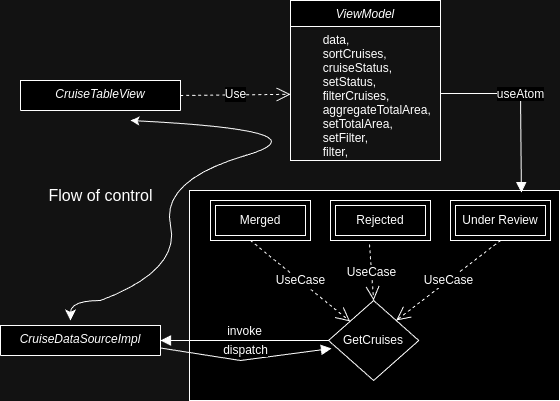
jph6366/tide-pool keeps this draw.io diagram as flowofcontrol.drawio.png. Above is the earlier version. Source tidied: cells renumbered, new cells last; positions are measured from the earlier drawing's top-left corner, leaving out a move shared by most shapes. Its diagram source:
```xml
<mxGraphModel>
  <root>
    <mxCell id="0" />
    <mxCell id="1" parent="0" />
    <mxCell id="2" style="html=1;dashed=0;whiteSpace=wrap;" parent="1" vertex="1">
      <mxGeometry x="189" y="190" width="370" height="210" as="geometry" />
    </mxCell>
    <mxCell id="3" value="CruiseTableView" style="swimlane;fontStyle=2;align=center;verticalAlign=top;horizontal=1;startSize=140;rounded=0;shadow=0;strokeWidth=1;" parent="1" vertex="1">
      <mxGeometry x="20" y="80" width="160" height="30" as="geometry" />
    </mxCell>
    <mxCell id="4" value="ViewModel" style="swimlane;fontStyle=2;align=center;verticalAlign=top;horizontal=1;startSize=26;rounded=0;shadow=0;strokeWidth=1;" parent="1" vertex="1">
      <mxGeometry x="290" width="150" height="160" as="geometry" />
    </mxCell>
    <mxCell id="5" value="        data,&#10;        sortCruises,&#10;        cruiseStatus,&#10;        setStatus,&#10;        filterCruises,&#10;        aggregateTotalArea,&#10;        setTotalArea,&#10;        setFilter,&#10;        filter,&#10;        " style="text;align=left;verticalAlign=top;spacingLeft=4;spacingRight=4;overflow=hidden;points=[[0,0.5],[1,0.5]];portConstraint=eastwest;" parent="4" vertex="1">
      <mxGeometry y="26" width="150" height="134" as="geometry" />
    </mxCell>
    <mxCell id="6" value="Use" style="endArrow=open;endSize=12;dashed=1;html=1;rounded=0;fontSize=12;curved=1;exitX=1;exitY=0.5;exitDx=0;exitDy=0;" parent="1" edge="1" source="3" target="5">
      <mxGeometry relative="1" as="geometry" />
    </mxCell>
    <mxCell id="7" value="GetCruises" style="shape=rhombus;html=1;dashed=0;whiteSpace=wrap;perimeter=rhombusPerimeter;" parent="1" vertex="1">
      <mxGeometry x="328" y="300" width="90.2" height="80" as="geometry" />
    </mxCell>
    <mxCell id="8" value="Merged" style="shape=ext;margin=3;double=1;whiteSpace=wrap;html=1;align=center;" parent="1" vertex="1">
      <mxGeometry x="210" y="200" width="100" height="40" as="geometry" />
    </mxCell>
    <mxCell id="9" value="Rejected" style="shape=ext;margin=3;double=1;whiteSpace=wrap;html=1;align=center;" parent="1" vertex="1">
      <mxGeometry x="330" y="200" width="100" height="40" as="geometry" />
    </mxCell>
    <mxCell id="10" value="Under Review" style="shape=ext;margin=3;double=1;whiteSpace=wrap;html=1;align=center;" parent="1" vertex="1">
      <mxGeometry x="450" y="200" width="100" height="40" as="geometry" />
    </mxCell>
    <mxCell id="11" value="useAtom" style="html=1;verticalAlign=bottom;endArrow=block;curved=0;rounded=0;fontSize=12;startSize=8;endSize=8;exitX=1;exitY=0.5;exitDx=0;exitDy=0;entryX=0.897;entryY=0.01;entryDx=0;entryDy=0;entryPerimeter=0;" parent="1" edge="1" source="5" target="2">
      <mxGeometry relative="1" as="geometry">
        <Array as="points">
          <mxPoint x="520" y="93" />
        </Array>
      </mxGeometry>
    </mxCell>
    <mxCell id="12" value="CruiseDataSourceImpl" style="swimlane;fontStyle=2;align=center;verticalAlign=top;horizontal=1;startSize=140;rounded=0;shadow=0;strokeWidth=1;" parent="1" vertex="1">
      <mxGeometry y="325" width="160" height="30" as="geometry" />
    </mxCell>
    <mxCell id="13" value="UseCase" style="endArrow=open;endSize=12;dashed=1;html=1;rounded=0;fontSize=12;curved=1;" parent="1" edge="1" target="7">
      <mxGeometry relative="1" as="geometry">
        <mxPoint x="250" y="240" as="sourcePoint" />
      </mxGeometry>
    </mxCell>
    <mxCell id="14" value="UseCase" style="endArrow=open;endSize=12;dashed=1;html=1;rounded=0;fontSize=12;curved=1;exitX=0.39;exitY=1.1;exitDx=0;exitDy=0;exitPerimeter=0;entryX=0.5;entryY=0;entryDx=0;entryDy=0;" parent="1" edge="1" source="9" target="7">
      <mxGeometry relative="1" as="geometry" />
    </mxCell>
    <mxCell id="15" value="UseCase" style="endArrow=open;endSize=12;dashed=1;html=1;rounded=0;fontSize=12;curved=1;exitX=0.5;exitY=1;exitDx=0;exitDy=0;entryX=1;entryY=0;entryDx=0;entryDy=0;" parent="1" edge="1" source="10" target="7">
      <mxGeometry relative="1" as="geometry" />
    </mxCell>
    <mxCell id="16" value="invoke" style="html=1;verticalAlign=bottom;endArrow=block;curved=0;rounded=0;fontSize=12;startSize=8;endSize=8;entryX=1;entryY=0.5;entryDx=0;entryDy=0;exitX=0;exitY=0.5;exitDx=0;exitDy=0;" parent="1" edge="1" source="7" target="12">
      <mxGeometry relative="1" as="geometry" />
    </mxCell>
    <mxCell id="17" value="dispatch" style="html=1;verticalAlign=bottom;endArrow=block;curved=0;rounded=0;fontSize=12;startSize=8;endSize=8;entryX=0.033;entryY=0.6;entryDx=0;entryDy=0;exitX=1;exitY=0.75;exitDx=0;exitDy=0;entryPerimeter=0;" parent="1" edge="1" source="12" target="7">
      <mxGeometry relative="1" as="geometry">
        <Array as="points">
          <mxPoint x="240" y="360" />
        </Array>
      </mxGeometry>
    </mxCell>
    <mxCell id="18" style="curved=1;endArrow=classic;html=1;rounded=0;fontSize=12;color=blue;" parent="1" edge="1">
      <mxGeometry relative="1" as="geometry">
        <mxPoint x="100" y="300" as="sourcePoint" />
        <mxPoint x="130" y="120" as="targetPoint" />
        <Array as="points">
          <mxPoint x="180" y="270" />
          <mxPoint x="160" y="180" />
          <mxPoint x="330" y="130" />
        </Array>
      </mxGeometry>
    </mxCell>
    <mxCell id="19" style="endArrow=classic;html=1;rounded=0;fontSize=12;startSize=8;endSize=8;curved=1;" parent="1" edge="1">
      <mxGeometry relative="1" as="geometry">
        <mxPoint x="100" y="300" as="sourcePoint" />
        <mxPoint x="70" y="320" as="targetPoint" />
        <Array as="points">
          <mxPoint x="70" y="300" />
        </Array>
      </mxGeometry>
    </mxCell>
    <mxCell id="20" value="Flow of control&lt;div&gt;&lt;br&gt;&lt;/div&gt;" style="text;html=1;align=center;verticalAlign=middle;strokeColor=none;fillColor=none;fontSize=16;" parent="1" vertex="1">
      <mxGeometry x="35" y="180" width="130" height="50" as="geometry" />
    </mxCell>
  </root>
</mxGraphModel>
```
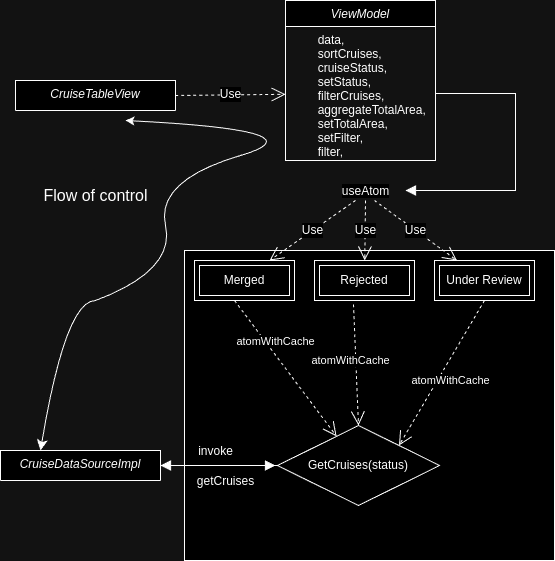
After the commit.

What changed in the source:
```diff
@@ -3,7 +3,7 @@
     <mxCell id="0" />
     <mxCell id="1" parent="0" />
     <mxCell id="2" style="html=1;dashed=0;whiteSpace=wrap;" parent="1" vertex="1">
-      <mxGeometry x="189" y="190" width="370" height="210" as="geometry" />
+      <mxGeometry x="189" y="250" width="370" height="310" as="geometry" />
     </mxCell>
     <mxCell id="3" value="CruiseTableView" style="swimlane;fontStyle=2;align=center;verticalAlign=top;horizontal=1;startSize=140;rounded=0;shadow=0;strokeWidth=1;" parent="1" vertex="1">
       <mxGeometry x="20" y="80" width="160" height="30" as="geometry" />
@@ -17,47 +17,63 @@
     <mxCell id="6" value="Use" style="endArrow=open;endSize=12;dashed=1;html=1;rounded=0;fontSize=12;curved=1;exitX=1;exitY=0.5;exitDx=0;exitDy=0;" parent="1" edge="1" source="3" target="5">
       <mxGeometry relative="1" as="geometry" />
     </mxCell>
-    <mxCell id="7" value="GetCruises" style="shape=rhombus;html=1;dashed=0;whiteSpace=wrap;perimeter=rhombusPerimeter;" parent="1" vertex="1">
-      <mxGeometry x="328" y="300" width="90.2" height="80" as="geometry" />
+    <mxCell id="7" value="GetCruises(status)" style="shape=rhombus;html=1;dashed=0;whiteSpace=wrap;perimeter=rhombusPerimeter;" parent="1" vertex="1">
+      <mxGeometry x="282" y="425" width="162" height="80" as="geometry" />
     </mxCell>
     <mxCell id="8" value="Merged" style="shape=ext;margin=3;double=1;whiteSpace=wrap;html=1;align=center;" parent="1" vertex="1">
-      <mxGeometry x="210" y="200" width="100" height="40" as="geometry" />
+      <mxGeometry x="199" y="260" width="100" height="40" as="geometry" />
     </mxCell>
     <mxCell id="9" value="Rejected" style="shape=ext;margin=3;double=1;whiteSpace=wrap;html=1;align=center;" parent="1" vertex="1">
-      <mxGeometry x="330" y="200" width="100" height="40" as="geometry" />
+      <mxGeometry x="319" y="260" width="100" height="40" as="geometry" />
     </mxCell>
     <mxCell id="10" value="Under Review" style="shape=ext;margin=3;double=1;whiteSpace=wrap;html=1;align=center;" parent="1" vertex="1">
-      <mxGeometry x="450" y="200" width="100" height="40" as="geometry" />
+      <mxGeometry x="439" y="260" width="100" height="40" as="geometry" />
     </mxCell>
-    <mxCell id="11" value="useAtom" style="html=1;verticalAlign=bottom;endArrow=block;curved=0;rounded=0;fontSize=12;startSize=8;endSize=8;exitX=1;exitY=0.5;exitDx=0;exitDy=0;entryX=0.897;entryY=0.01;entryDx=0;entryDy=0;entryPerimeter=0;" parent="1" edge="1" source="5" target="2">
-      <mxGeometry relative="1" as="geometry">
+    <mxCell id="11" value="useAtom" style="html=1;verticalAlign=bottom;endArrow=block;curved=0;rounded=0;fontSize=12;startSize=8;endSize=8;exitX=1;exitY=0.5;exitDx=0;exitDy=0;" parent="1" edge="1" source="5">
+      <mxGeometry x="1" y="41" relative="1" as="geometry">
+        <mxPoint x="410" y="190" as="targetPoint" />
         <Array as="points">
           <mxPoint x="520" y="93" />
+          <mxPoint x="520" y="190" />
         </Array>
+        <mxPoint x="-40" y="-31" as="offset" />
       </mxGeometry>
     </mxCell>
     <mxCell id="12" value="CruiseDataSourceImpl" style="swimlane;fontStyle=2;align=center;verticalAlign=top;horizontal=1;startSize=140;rounded=0;shadow=0;strokeWidth=1;" parent="1" vertex="1">
-      <mxGeometry y="325" width="160" height="30" as="geometry" />
+      <mxGeometry x="5" y="450" width="160" height="30" as="geometry" />
     </mxCell>
-    <mxCell id="13" value="UseCase" style="endArrow=open;endSize=12;dashed=1;html=1;rounded=0;fontSize=12;curved=1;" parent="1" edge="1" target="7">
+    <mxCell id="13" style="endArrow=open;endSize=12;dashed=1;html=1;rounded=0;fontSize=12;curved=1;" parent="1" edge="1" target="7">
       <mxGeometry relative="1" as="geometry">
-        <mxPoint x="250" y="240" as="sourcePoint" />
+        <mxPoint x="239" y="300" as="sourcePoint" />
       </mxGeometry>
     </mxCell>
+    <mxCell id="21" value="atomWithCache" style="edgeLabel;html=1;align=center;verticalAlign=middle;" parent="13" vertex="1">
+      <mxGeometry x="-0.25" relative="1" as="geometry">
+        <mxPoint x="2" y="-11" as="offset" />
+      </mxGeometry>
+    </mxCell>
-    <mxCell id="14" value="UseCase" style="endArrow=open;endSize=12;dashed=1;html=1;rounded=0;fontSize=12;curved=1;exitX=0.39;exitY=1.1;exitDx=0;exitDy=0;exitPerimeter=0;entryX=0.5;entryY=0;entryDx=0;entryDy=0;" parent="1" edge="1" source="9" target="7">
+    <mxCell id="14" style="endArrow=open;endSize=12;dashed=1;html=1;rounded=0;fontSize=12;curved=1;exitX=0.39;exitY=1.1;exitDx=0;exitDy=0;exitPerimeter=0;entryX=0.5;entryY=0;entryDx=0;entryDy=0;" parent="1" edge="1" source="9" target="7">
       <mxGeometry relative="1" as="geometry" />
     </mxCell>
+    <mxCell id="22" value="atomWithCache" style="edgeLabel;html=1;align=center;verticalAlign=middle;" parent="14" vertex="1">
+      <mxGeometry x="-0.06" y="-1" relative="1" as="geometry">
+        <mxPoint x="-5" y="-1" as="offset" />
+      </mxGeometry>
+    </mxCell>
-    <mxCell id="15" value="UseCase" style="endArrow=open;endSize=12;dashed=1;html=1;rounded=0;fontSize=12;curved=1;exitX=0.5;exitY=1;exitDx=0;exitDy=0;entryX=1;entryY=0;entryDx=0;entryDy=0;" parent="1" edge="1" source="10" target="7">
+    <mxCell id="15" style="endArrow=open;endSize=12;dashed=1;html=1;rounded=0;fontSize=12;curved=1;exitX=0.5;exitY=1;exitDx=0;exitDy=0;entryX=1;entryY=0;entryDx=0;entryDy=0;" parent="1" edge="1" source="10" target="7">
       <mxGeometry relative="1" as="geometry" />
     </mxCell>
+    <mxCell id="23" value="atomWithCache" style="edgeLabel;html=1;align=center;verticalAlign=middle;" parent="15" vertex="1">
+      <mxGeometry x="-0.16" y="1" relative="1" as="geometry">
+        <mxPoint y="19" as="offset" />
+      </mxGeometry>
+    </mxCell>
     <mxCell id="16" value="invoke" style="html=1;verticalAlign=bottom;endArrow=block;curved=0;rounded=0;fontSize=12;startSize=8;endSize=8;entryX=1;entryY=0.5;entryDx=0;entryDy=0;exitX=0;exitY=0.5;exitDx=0;exitDy=0;" parent="1" edge="1" source="7" target="12">
-      <mxGeometry relative="1" as="geometry" />
+      <mxGeometry x="0.06" y="-5" relative="1" as="geometry" />
     </mxCell>
-    <mxCell id="17" value="dispatch" style="html=1;verticalAlign=bottom;endArrow=block;curved=0;rounded=0;fontSize=12;startSize=8;endSize=8;entryX=0.033;entryY=0.6;entryDx=0;entryDy=0;exitX=1;exitY=0.75;exitDx=0;exitDy=0;entryPerimeter=0;" parent="1" edge="1" source="12" target="7">
-      <mxGeometry relative="1" as="geometry">
-        <Array as="points">
-          <mxPoint x="240" y="360" />
-        </Array>
+    <mxCell id="17" value="getCruises" style="html=1;verticalAlign=bottom;endArrow=block;curved=0;rounded=0;fontSize=12;startSize=8;endSize=8;exitX=1;exitY=0.5;exitDx=0;exitDy=0;" parent="1" edge="1" source="12">
+      <mxGeometry x="0.13" y="-25" relative="1" as="geometry">
+        <mxPoint x="280" y="465" as="targetPoint" />
       </mxGeometry>
     </mxCell>
     <mxCell id="18" style="curved=1;endArrow=classic;html=1;rounded=0;fontSize=12;color=blue;" parent="1" edge="1">
@@ -71,10 +87,9 @@
         </Array>
       </mxGeometry>
     </mxCell>
-    <mxCell id="19" style="endArrow=classic;html=1;rounded=0;fontSize=12;startSize=8;endSize=8;curved=1;" parent="1" edge="1">
+    <mxCell id="19" style="endArrow=classic;html=1;rounded=0;fontSize=12;startSize=8;endSize=8;curved=1;entryX=0.25;entryY=0;entryDx=0;entryDy=0;" parent="1" edge="1" target="12">
       <mxGeometry relative="1" as="geometry">
         <mxPoint x="100" y="300" as="sourcePoint" />
-        <mxPoint x="70" y="320" as="targetPoint" />
         <Array as="points">
           <mxPoint x="70" y="300" />
         </Array>
@@ -83,5 +98,20 @@
     <mxCell id="20" value="Flow of control&lt;div&gt;&lt;br&gt;&lt;/div&gt;" style="text;html=1;align=center;verticalAlign=middle;strokeColor=none;fillColor=none;fontSize=16;" parent="1" vertex="1">
       <mxGeometry x="35" y="180" width="130" height="50" as="geometry" />
     </mxCell>
+    <mxCell id="24" value="Use" style="endArrow=open;endSize=12;dashed=1;html=1;rounded=0;fontSize=12;curved=1;entryX=0.75;entryY=0;entryDx=0;entryDy=0;" parent="1" edge="1" target="8">
+      <mxGeometry relative="1" as="geometry">
+        <mxPoint x="360" y="200" as="sourcePoint" />
+      </mxGeometry>
+    </mxCell>
+    <mxCell id="25" value="Use" style="endArrow=open;endSize=12;dashed=1;html=1;rounded=0;fontSize=12;curved=1;" parent="1" edge="1" target="9">
+      <mxGeometry relative="1" as="geometry">
+        <mxPoint x="370" y="200" as="sourcePoint" />
+      </mxGeometry>
+    </mxCell>
+    <mxCell id="26" value="Use" style="endArrow=open;endSize=12;dashed=1;html=1;rounded=0;fontSize=12;curved=1;" parent="1" edge="1" target="10">
+      <mxGeometry relative="1" as="geometry">
+        <mxPoint x="379" y="200" as="sourcePoint" />
+      </mxGeometry>
+    </mxCell>
   </root>
 </mxGraphModel>
```
